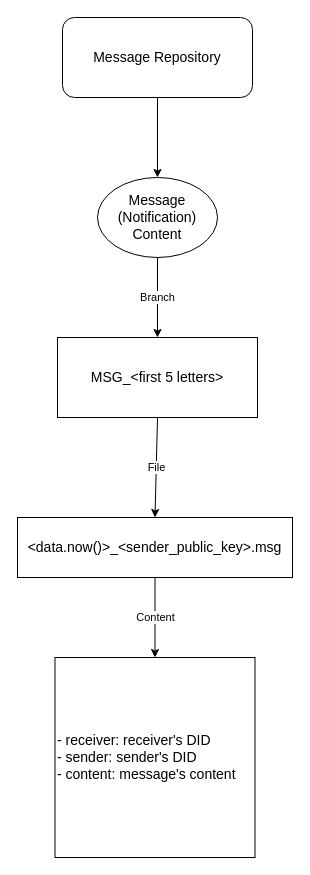
This is page "Page-2" (2 of 2) of docs/paperless.drawio from tuvalusoftware/DIDController, a draw.io file, before an edit. Source tidied: cells renumbered, new cells numbered last; positions are measured from the earlier drawing's top-left corner, leaving out a move shared by most shapes. Both pictures are drawn from the tidied source at 100%, with x=0, y=0 at pixel (17, 17).
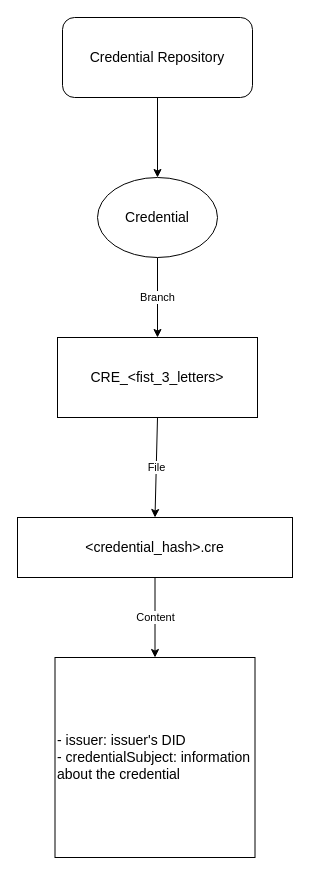
The same page after the edit.

Diff of the diagram source:
```diff
@@
 <mxGraphModel>
   <root>
     <mxCell id="0" />
     <mxCell id="1" parent="0" />
     <mxCell id="2" style="edgeStyle=none;html=1;exitX=0.5;exitY=1;exitDx=0;exitDy=0;" parent="1" edge="1" source="3">
       <mxGeometry relative="1" as="geometry">
         <mxPoint x="140" y="160" as="targetPoint" />
       </mxGeometry>
     </mxCell>
-    <mxCell id="3" value="&lt;span style=&quot;font-size: 14px&quot;&gt;Message Repository&lt;/span&gt;" style="rounded=1;whiteSpace=wrap;html=1;" parent="1" vertex="1">
+    <mxCell id="3" value="&lt;span style=&quot;font-size: 14px&quot;&gt;Credential Repository&lt;/span&gt;" style="rounded=1;whiteSpace=wrap;html=1;" parent="1" vertex="1">
       <mxGeometry x="45" width="190" height="80" as="geometry" />
     </mxCell>
     <mxCell id="4" value="Branch" style="edgeStyle=none;html=1;exitX=0.5;exitY=1;exitDx=0;exitDy=0;entryX=0.5;entryY=0;entryDx=0;entryDy=0;" parent="1" edge="1" source="5" target="7">
       <mxGeometry relative="1" as="geometry" />
     </mxCell>
-    <mxCell id="5" value="Message (Notification)&lt;br&gt;Content" style="ellipse;whiteSpace=wrap;html=1;fontSize=14;" parent="1" vertex="1">
+    <mxCell id="5" value="Credential" style="ellipse;whiteSpace=wrap;html=1;fontSize=14;" parent="1" vertex="1">
       <mxGeometry x="80" y="160" width="120" height="80" as="geometry" />
     </mxCell>
     <mxCell id="6" value="File" style="edgeStyle=none;html=1;exitX=0.5;exitY=1;exitDx=0;exitDy=0;entryX=0.5;entryY=0;entryDx=0;entryDy=0;" parent="1" edge="1" source="7" target="9">
       <mxGeometry relative="1" as="geometry" />
     </mxCell>
-    <mxCell id="7" value="MSG_&amp;lt;first 5 letters&amp;gt;" style="rounded=0;whiteSpace=wrap;html=1;fontSize=14;" parent="1" vertex="1">
+    <mxCell id="7" value="CRE_&amp;lt;fist_3_letters&amp;gt;" style="rounded=0;whiteSpace=wrap;html=1;fontSize=14;" parent="1" vertex="1">
       <mxGeometry x="40" y="320" width="200" height="80" as="geometry" />
     </mxCell>
     <mxCell id="8" value="Content" style="edgeStyle=none;html=1;exitX=0.5;exitY=1;exitDx=0;exitDy=0;entryX=0.5;entryY=0;entryDx=0;entryDy=0;" parent="1" edge="1" source="9" target="10">
       <mxGeometry relative="1" as="geometry" />
     </mxCell>
-    <mxCell id="9" value="&amp;lt;data.now()&amp;gt;_&amp;lt;sender_public_key&amp;gt;.msg" style="rounded=0;whiteSpace=wrap;html=1;fontSize=14;" parent="1" vertex="1">
+    <mxCell id="9" value="&amp;lt;credential_hash&amp;gt;.cre" style="rounded=0;whiteSpace=wrap;html=1;fontSize=14;" parent="1" vertex="1">
       <mxGeometry y="500" width="275" height="60" as="geometry" />
     </mxCell>
-    <mxCell id="10" value="&lt;div&gt;- receiver: receiver's DID&lt;/div&gt;&lt;div&gt;- sender: sender's DID&lt;/div&gt;&lt;div&gt;- content: message's content&lt;/div&gt;" style="whiteSpace=wrap;html=1;fontSize=14;align=left;" parent="1" vertex="1">
+    <mxCell id="10" value="&lt;div&gt;- issuer: issuer's DID&lt;/div&gt;&lt;div&gt;- credentialSubject: information about the credential&lt;/div&gt;" style="whiteSpace=wrap;html=1;fontSize=14;align=left;" parent="1" vertex="1">
       <mxGeometry x="37.5" y="640" width="200" height="200" as="geometry" />
     </mxCell>
   </root>
 </mxGraphModel>
```
